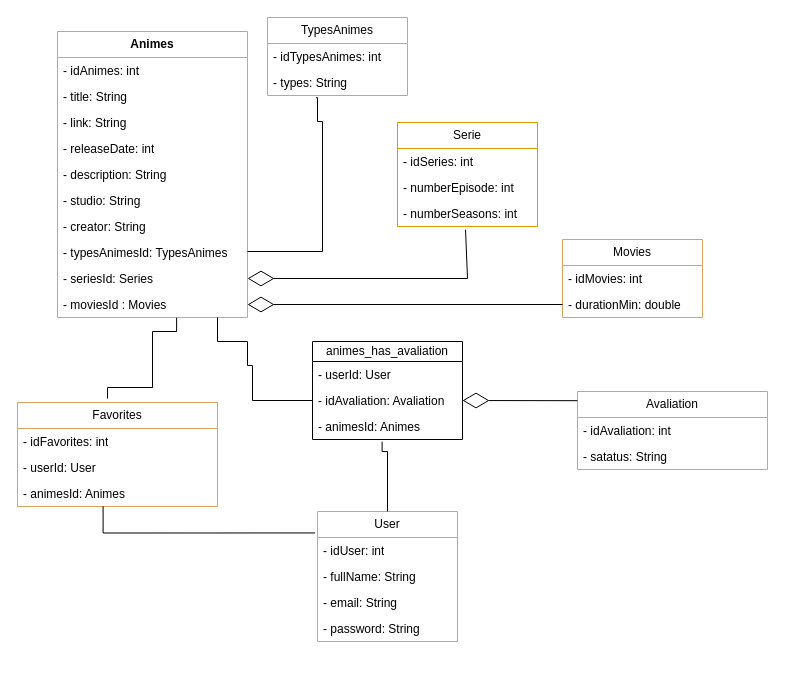
Before: Diagramas/classDiagram.drawio in BeMoreiray/AnimesCut, a draw.io diagram. Source tidied: cells renumbered, new cells numbered last; positions are measured from the earlier drawing's top-left corner, leaving out a move shared by most shapes. Both pictures are drawn from the tidied source at 100%, with x=0, y=0 at pixel (17, 17).
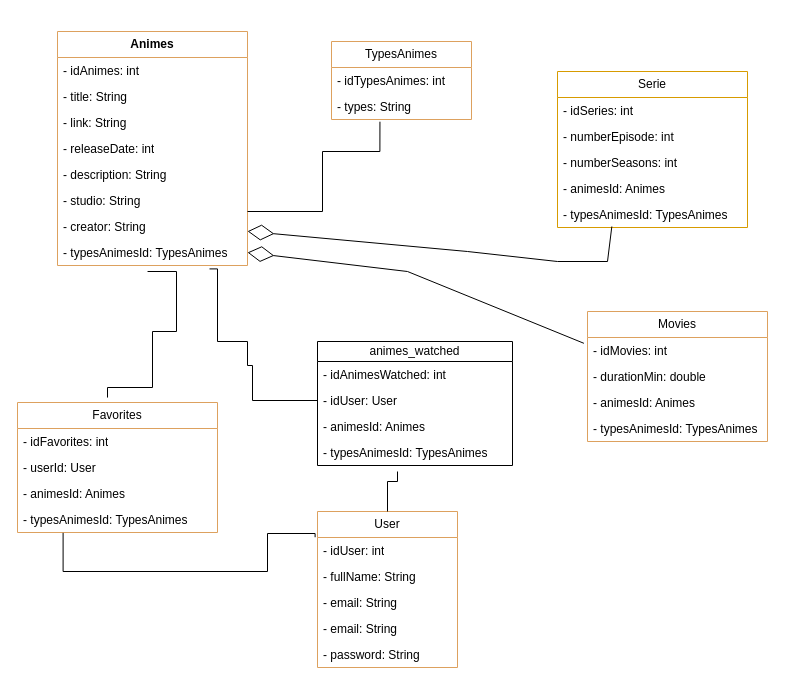
After the change.

The change refers to these unchanged cells:
```xml
<mxCell id="10" value="- typesAnimesId: TypesAnimes" style="text;strokeColor=none;fillColor=none;align=left;verticalAlign=top;spacingLeft=4;spacingRight=4;overflow=hidden;points=[[0,0.5],[1,0.5]];portConstraint=eastwest;whiteSpace=wrap;html=1;labelBackgroundColor=none;fontColor=#000000;" parent="2" vertex="1">
  <mxGeometry y="208" width="190" height="26" as="geometry" />
</mxCell>
<mxCell id="22" value="- types: String" style="text;strokeColor=none;fillColor=none;align=left;verticalAlign=top;spacingLeft=4;spacingRight=4;overflow=hidden;points=[[0,0.5],[1,0.5]];portConstraint=eastwest;whiteSpace=wrap;html=1;fontColor=#000000;labelBackgroundColor=none;" parent="20" vertex="1">
  <mxGeometry y="52" width="140" height="26" as="geometry" />
</mxCell>
<mxCell id="26" value="- animesId: Animes" style="text;strokeColor=none;fillColor=none;align=left;verticalAlign=top;spacingLeft=4;spacingRight=4;overflow=hidden;points=[[0,0.5],[1,0.5]];portConstraint=eastwest;whiteSpace=wrap;html=1;fontColor=#000000;labelBackgroundColor=none;" parent="23" vertex="1">
  <mxGeometry y="78" width="200" height="26" as="geometry" />
</mxCell>
```

What changed in the source:
```diff
@@
     <mxCell id="2" value="Animes" style="swimlane;fontStyle=1;horizontal=1;startSize=26;fillColor=none;whiteSpace=wrap;html=1;labelBackgroundColor=none;strokeColor=#DDA15E;fontColor=#000000;" parent="1" vertex="1">
-      <mxGeometry x="40" y="14" width="190" height="286" as="geometry" />
+      <mxGeometry x="40" y="14" width="190" height="234" as="geometry" />
     </mxCell>
@@
-    <mxCell id="11" value="- seriesId: Series" style="text;strokeColor=none;fillColor=none;align=left;verticalAlign=top;spacingLeft=4;spacingRight=4;overflow=hidden;points=[[0,0.5],[1,0.5]];portConstraint=eastwest;whiteSpace=wrap;html=1;fontColor=#000000;labelBackgroundColor=none;" parent="2" vertex="1">
-      <mxGeometry y="234" width="190" height="26" as="geometry" />
-    </mxCell>
-    <mxCell id="12" value="- moviesId : Movies" style="text;strokeColor=none;fillColor=none;align=left;verticalAlign=top;spacingLeft=4;spacingRight=4;overflow=hidden;points=[[0,0.5],[1,0.5]];portConstraint=eastwest;whiteSpace=wrap;html=1;fontColor=#000000;labelBackgroundColor=none;" parent="2" vertex="1">
-      <mxGeometry y="260" width="190" height="26" as="geometry" />
-    </mxCell>
     <mxCell id="13" value="Serie" style="swimlane;fontStyle=0;horizontal=1;startSize=26;fillColor=none;whiteSpace=wrap;html=1;strokeColor=#d79b00;labelBackgroundColor=none;fontColor=#000000;" parent="1" vertex="1">
-      <mxGeometry x="380" y="105" width="140" height="104" as="geometry" />
+      <mxGeometry x="540" y="54" width="190" height="156" as="geometry" />
     </mxCell>
     <mxCell id="14" value="- idSeries: int" style="text;strokeColor=none;fillColor=none;align=left;verticalAlign=top;spacingLeft=4;spacingRight=4;overflow=hidden;whiteSpace=wrap;html=1;fontColor=#000000;labelBackgroundColor=none;" parent="13" vertex="1">
-      <mxGeometry y="26" width="140" height="26" as="geometry" />
+      <mxGeometry y="26" width="190" height="26" as="geometry" />
     </mxCell>
     <mxCell id="15" value="- numberEpisode: int" style="text;strokeColor=none;fillColor=none;align=left;verticalAlign=top;spacingLeft=4;spacingRight=4;overflow=hidden;whiteSpace=wrap;html=1;fontColor=#000000;labelBackgroundColor=none;" parent="13" vertex="1">
-      <mxGeometry y="52" width="140" height="26" as="geometry" />
+      <mxGeometry y="52" width="190" height="26" as="geometry" />
     </mxCell>
     <mxCell id="16" value="- numberSeasons: int" style="text;strokeColor=none;fillColor=none;align=left;verticalAlign=top;spacingLeft=4;spacingRight=4;overflow=hidden;points=[[0,0.5],[1,0.5]];portConstraint=eastwest;whiteSpace=wrap;html=1;fontColor=#000000;labelBackgroundColor=none;" parent="13" vertex="1">
-      <mxGeometry y="78" width="140" height="26" as="geometry" />
+      <mxGeometry y="78" width="190" height="26" as="geometry" />
     </mxCell>
+    <mxCell id="47" value="- animesId: Animes" style="text;strokeColor=none;fillColor=none;align=left;verticalAlign=top;spacingLeft=4;spacingRight=4;overflow=hidden;whiteSpace=wrap;html=1;fontColor=#000000;labelBackgroundColor=none;" parent="13" vertex="1">
+      <mxGeometry y="104" width="190" height="26" as="geometry" />
+    </mxCell>
+    <mxCell id="48" value="- typesAnimesId: TypesAnimes" style="text;strokeColor=none;fillColor=none;align=left;verticalAlign=top;spacingLeft=4;spacingRight=4;overflow=hidden;points=[[0,0.5],[1,0.5]];portConstraint=eastwest;whiteSpace=wrap;html=1;fontColor=#000000;labelBackgroundColor=none;" parent="13" vertex="1">
+      <mxGeometry y="130" width="190" height="26" as="geometry" />
+    </mxCell>
     <mxCell id="17" value="Movies" style="swimlane;fontStyle=0;horizontal=1;startSize=26;fillColor=none;whiteSpace=wrap;html=1;strokeColor=#DDA15E;fontColor=#000000;labelBackgroundColor=none;" parent="1" vertex="1">
-      <mxGeometry x="545" y="222" width="140" height="78" as="geometry" />
+      <mxGeometry x="570" y="294" width="180" height="130" as="geometry" />
     </mxCell>
     <mxCell id="18" value="- idMovies: int&amp;nbsp;" style="text;strokeColor=none;fillColor=none;align=left;verticalAlign=top;spacingLeft=4;spacingRight=4;overflow=hidden;points=[[0,0.5],[1,0.5]];portConstraint=eastwest;whiteSpace=wrap;html=1;fontColor=#000000;labelBackgroundColor=none;" parent="17" vertex="1">
-      <mxGeometry y="26" width="140" height="26" as="geometry" />
+      <mxGeometry y="26" width="180" height="26" as="geometry" />
     </mxCell>
     <mxCell id="19" value="- durationMin: double" style="text;strokeColor=none;fillColor=none;align=left;verticalAlign=top;spacingLeft=4;spacingRight=4;overflow=hidden;points=[[0,0.5],[1,0.5]];portConstraint=eastwest;whiteSpace=wrap;html=1;fontColor=#000000;labelBackgroundColor=none;" parent="17" vertex="1">
-      <mxGeometry y="52" width="140" height="26" as="geometry" />
+      <mxGeometry y="52" width="180" height="26" as="geometry" />
     </mxCell>
+    <mxCell id="49" value="- animesId: Animes" style="text;strokeColor=none;fillColor=none;align=left;verticalAlign=top;spacingLeft=4;spacingRight=4;overflow=hidden;whiteSpace=wrap;html=1;fontColor=#000000;labelBackgroundColor=none;" parent="17" vertex="1">
+      <mxGeometry y="78" width="180" height="26" as="geometry" />
+    </mxCell>
+    <mxCell id="50" value="- typesAnimesId: TypesAnimes" style="text;strokeColor=none;fillColor=none;align=left;verticalAlign=top;spacingLeft=4;spacingRight=4;overflow=hidden;whiteSpace=wrap;html=1;fontColor=#000000;labelBackgroundColor=none;" parent="17" vertex="1">
+      <mxGeometry y="104" width="180" height="26" as="geometry" />
+    </mxCell>
     <mxCell id="20" value="TypesAnimes" style="swimlane;fontStyle=0;horizontal=1;startSize=26;fillColor=none;whiteSpace=wrap;html=1;strokeColor=#DDA15E;fontColor=#000000;labelBackgroundColor=none;" parent="1" vertex="1">
-      <mxGeometry x="250" width="140" height="78" as="geometry" />
+      <mxGeometry x="314" y="24" width="140" height="78" as="geometry" />
     </mxCell>
@@
     <mxCell id="23" value="Favorites" style="swimlane;fontStyle=0;horizontal=1;startSize=26;fillColor=none;whiteSpace=wrap;html=1;strokeColor=#DDA15E;fontColor=#000000;labelBackgroundColor=none;" parent="1" vertex="1">
-      <mxGeometry y="385" width="200" height="104" as="geometry" />
+      <mxGeometry y="385" width="200" height="130" as="geometry" />
     </mxCell>
@@
+    <mxCell id="51" value="- typesAnimesId: TypesAnimes" style="text;strokeColor=none;fillColor=none;align=left;verticalAlign=top;spacingLeft=4;spacingRight=4;overflow=hidden;points=[[0,0.5],[1,0.5]];portConstraint=eastwest;whiteSpace=wrap;html=1;fontColor=#000000;labelBackgroundColor=none;" parent="23" vertex="1">
+      <mxGeometry y="104" width="200" height="26" as="geometry" />
+    </mxCell>
     <mxCell id="27" value="User" style="swimlane;fontStyle=0;horizontal=1;startSize=26;fillColor=none;whiteSpace=wrap;html=1;strokeColor=#DDA15E;fontColor=#000000;labelBackgroundColor=none;" parent="1" vertex="1">
-      <mxGeometry x="300" y="494" width="140" height="130" as="geometry" />
+      <mxGeometry x="300" y="494" width="140" height="156" as="geometry" />
     </mxCell>
@@
+    <mxCell id="52" value="- email: String" style="text;strokeColor=none;fillColor=none;align=left;verticalAlign=top;spacingLeft=4;spacingRight=4;overflow=hidden;whiteSpace=wrap;html=1;fontColor=#000000;labelBackgroundColor=none;" parent="27" vertex="1">
+      <mxGeometry y="104" width="140" height="26" as="geometry" />
+    </mxCell>
     <mxCell id="31" value="- password: String" style="text;strokeColor=none;fillColor=none;align=left;verticalAlign=top;spacingLeft=4;spacingRight=4;overflow=hidden;whiteSpace=wrap;html=1;fontColor=#000000;labelBackgroundColor=none;" parent="27" vertex="1">
-      <mxGeometry y="104" width="140" height="26" as="geometry" />
+      <mxGeometry y="130" width="140" height="26" as="geometry" />
     </mxCell>
-    <mxCell id="32" value="Avaliation" style="swimlane;fontStyle=0;horizontal=1;startSize=26;fillColor=none;whiteSpace=wrap;html=1;strokeColor=#DDA15E;fontColor=#000000;labelBackgroundColor=none;" parent="1" vertex="1">
-      <mxGeometry x="560" y="374" width="190" height="78" as="geometry" />
-    </mxCell>
-    <mxCell id="33" value="- idAvaliation: int" style="text;strokeColor=none;fillColor=none;align=left;verticalAlign=top;spacingLeft=4;spacingRight=4;overflow=hidden;whiteSpace=wrap;html=1;fontColor=#000000;labelBackgroundColor=none;" parent="32" vertex="1">
-      <mxGeometry y="26" width="190" height="26" as="geometry" />
-    </mxCell>
-    <mxCell id="34" value="- satatus: String" style="text;strokeColor=none;fillColor=none;align=left;verticalAlign=top;spacingLeft=4;spacingRight=4;overflow=hidden;whiteSpace=wrap;html=1;fontColor=#000000;labelBackgroundColor=none;" parent="32" vertex="1">
-      <mxGeometry y="52" width="190" height="26" as="geometry" />
-    </mxCell>
-    <mxCell id="35" value="animes_has_avaliation" style="swimlane;fontStyle=0;horizontal=1;startSize=20;fillColor=none;whiteSpace=wrap;html=1;" parent="1" vertex="1">
-      <mxGeometry x="295" y="324" width="150" height="98" as="geometry" />
+    <mxCell id="35" value="animes_watched" style="swimlane;fontStyle=0;horizontal=1;startSize=20;fillColor=none;whiteSpace=wrap;html=1;" parent="1" vertex="1">
+      <mxGeometry x="300" y="324" width="195" height="124" as="geometry" />
     </mxCell>
-    <mxCell id="36" value="- userId: User" style="text;strokeColor=none;fillColor=none;align=left;verticalAlign=top;spacingLeft=4;spacingRight=4;overflow=hidden;whiteSpace=wrap;html=1;fontColor=#000000;labelBackgroundColor=none;" parent="35" vertex="1">
-      <mxGeometry y="20" width="150" height="26" as="geometry" />
+    <mxCell id="36" value="- idAnimesWatched: int&amp;nbsp;" style="text;strokeColor=none;fillColor=none;align=left;verticalAlign=top;spacingLeft=4;spacingRight=4;overflow=hidden;whiteSpace=wrap;html=1;fontColor=#000000;labelBackgroundColor=none;" parent="35" vertex="1">
+      <mxGeometry y="20" width="195" height="26" as="geometry" />
     </mxCell>
-    <mxCell id="37" value="- idAvaliation: Avaliation" style="text;strokeColor=none;fillColor=none;align=left;verticalAlign=top;spacingLeft=4;spacingRight=4;overflow=hidden;points=[[0,0.5],[1,0.5]];portConstraint=eastwest;whiteSpace=wrap;html=1;fontColor=#000000;labelBackgroundColor=none;" parent="35" vertex="1">
-      <mxGeometry y="46" width="150" height="26" as="geometry" />
+    <mxCell id="37" value="- idUser: User" style="text;strokeColor=none;fillColor=none;align=left;verticalAlign=top;spacingLeft=4;spacingRight=4;overflow=hidden;points=[[0,0.5],[1,0.5]];portConstraint=eastwest;whiteSpace=wrap;html=1;fontColor=#000000;labelBackgroundColor=none;" parent="35" vertex="1">
+      <mxGeometry y="46" width="195" height="26" as="geometry" />
     </mxCell>
     <mxCell id="38" value="- animesId: Animes" style="text;strokeColor=none;fillColor=none;align=left;verticalAlign=top;spacingLeft=4;spacingRight=4;overflow=hidden;points=[[0,0.5],[1,0.5]];portConstraint=eastwest;whiteSpace=wrap;html=1;fontColor=#000000;labelBackgroundColor=none;" parent="35" vertex="1">
-      <mxGeometry y="72" width="150" height="26" as="geometry" />
+      <mxGeometry y="72" width="195" height="26" as="geometry" />
     </mxCell>
+    <mxCell id="53" value="- typesAnimesId: TypesAnimes" style="text;strokeColor=none;fillColor=none;align=left;verticalAlign=top;spacingLeft=4;spacingRight=4;overflow=hidden;whiteSpace=wrap;html=1;fontColor=#000000;labelBackgroundColor=none;" parent="35" vertex="1">
+      <mxGeometry y="98" width="195" height="26" as="geometry" />
+    </mxCell>
-    <mxCell id="39" style="endArrow=none;html=1;edgeStyle=orthogonalEdgeStyle;rounded=0;exitX=0.5;exitY=0;exitDx=0;exitDy=0;entryX=0.464;entryY=1.085;entryDx=0;entryDy=0;entryPerimeter=0;" parent="1" edge="1" source="27" target="38">
+    <mxCell id="39" style="endArrow=none;html=1;edgeStyle=orthogonalEdgeStyle;rounded=0;exitX=0.5;exitY=0;exitDx=0;exitDy=0;" parent="1" edge="1" source="27">
       <mxGeometry relative="1" as="geometry">
+        <mxPoint x="380" y="454" as="targetPoint" />
         <Array as="points">
-          <mxPoint x="370" y="434" />
-          <mxPoint x="365" y="434" />
+          <mxPoint x="370" y="464" />
+          <mxPoint x="380" y="464" />
         </Array>
       </mxGeometry>
     </mxCell>
-    <mxCell id="40" style="endArrow=none;html=1;edgeStyle=orthogonalEdgeStyle;rounded=0;exitX=-0.017;exitY=0.165;exitDx=0;exitDy=0;exitPerimeter=0;entryX=0.428;entryY=0.992;entryDx=0;entryDy=0;entryPerimeter=0;" parent="1" edge="1" source="27" target="26">
+    <mxCell id="40" style="endArrow=none;html=1;edgeStyle=orthogonalEdgeStyle;rounded=0;exitX=-0.017;exitY=0.165;exitDx=0;exitDy=0;exitPerimeter=0;entryX=0.228;entryY=1.015;entryDx=0;entryDy=0;entryPerimeter=0;" parent="1" edge="1" source="27" target="51">
       <mxGeometry relative="1" as="geometry">
         <Array as="points">
-          <mxPoint x="86" y="516" />
+          <mxPoint x="250" y="516" />
+          <mxPoint x="250" y="554" />
+          <mxPoint x="46" y="554" />
         </Array>
       </mxGeometry>
     </mxCell>
-    <mxCell id="41" style="endArrow=none;html=1;edgeStyle=orthogonalEdgeStyle;rounded=0;exitX=0.45;exitY=-0.038;exitDx=0;exitDy=0;entryX=0.627;entryY=1.008;entryDx=0;entryDy=0;entryPerimeter=0;exitPerimeter=0;" parent="1" edge="1" source="23" target="12">
+    <mxCell id="41" style="endArrow=none;html=1;edgeStyle=orthogonalEdgeStyle;rounded=0;exitX=0.45;exitY=-0.038;exitDx=0;exitDy=0;entryX=0.474;entryY=1.231;entryDx=0;entryDy=0;entryPerimeter=0;exitPerimeter=0;" parent="1" edge="1" source="23" target="10">
       <mxGeometry relative="1" as="geometry">
         <Array as="points">
           <mxPoint x="90" y="370" />
           <mxPoint x="135" y="370" />
           <mxPoint x="135" y="314" />
           <mxPoint x="159" y="314" />
+          <mxPoint x="159" y="254" />
         </Array>
       </mxGeometry>
     </mxCell>
-    <mxCell id="42" style="endArrow=none;html=1;edgeStyle=orthogonalEdgeStyle;rounded=0;exitX=0;exitY=0.5;exitDx=0;exitDy=0;" parent="1" edge="1" source="37" target="12">
+    <mxCell id="42" style="endArrow=none;html=1;edgeStyle=orthogonalEdgeStyle;rounded=0;exitX=0;exitY=0.5;exitDx=0;exitDy=0;entryX=0.8;entryY=1.131;entryDx=0;entryDy=0;entryPerimeter=0;" parent="1" edge="1" source="37" target="10">
       <mxGeometry relative="1" as="geometry">
         <Array as="points">
           <mxPoint x="235" y="383" />
           <mxPoint x="235" y="348" />
           <mxPoint x="230" y="348" />
           <mxPoint x="230" y="324" />
           <mxPoint x="200" y="324" />
+          <mxPoint x="200" y="251" />
         </Array>
       </mxGeometry>
     </mxCell>
     <mxCell id="43" style="endArrow=none;html=1;edgeStyle=orthogonalEdgeStyle;rounded=0;entryX=0.346;entryY=1.085;entryDx=0;entryDy=0;entryPerimeter=0;" parent="1" edge="1" target="22">
       <mxGeometry relative="1" as="geometry">
-        <mxPoint x="230" y="234" as="sourcePoint" />
+        <mxPoint x="230" y="194" as="sourcePoint" />
         <Array as="points">
-          <mxPoint x="305" y="234" />
-          <mxPoint x="305" y="104" />
-          <mxPoint x="300" y="104" />
-          <mxPoint x="300" y="80" />
+          <mxPoint x="230" y="194" />
+          <mxPoint x="305" y="194" />
+          <mxPoint x="305" y="134" />
+          <mxPoint x="362" y="134" />
         </Array>
       </mxGeometry>
     </mxCell>
-    <mxCell id="44" style="endArrow=diamondThin;endFill=0;endSize=24;html=1;rounded=0;entryX=1;entryY=0.5;entryDx=0;entryDy=0;exitX=0;exitY=0.5;exitDx=0;exitDy=0;" parent="1" edge="1" source="19" target="12">
-      <mxGeometry relative="1" as="geometry" />
+    <mxCell id="44" style="endArrow=diamondThin;endFill=0;endSize=24;html=1;rounded=0;entryX=1;entryY=0.5;entryDx=0;entryDy=0;exitX=-0.02;exitY=0.223;exitDx=0;exitDy=0;exitPerimeter=0;" parent="1" edge="1" source="18" target="10">
+      <mxGeometry relative="1" as="geometry">
+        <Array as="points">
+          <mxPoint x="390" y="254" />
+        </Array>
+      </mxGeometry>
     </mxCell>
-    <mxCell id="45" style="endArrow=diamondThin;endFill=0;endSize=24;html=1;rounded=0;entryX=1;entryY=0.5;entryDx=0;entryDy=0;exitX=0.486;exitY=1.123;exitDx=0;exitDy=0;exitPerimeter=0;" parent="1" edge="1" source="16" target="11">
+    <mxCell id="45" style="endArrow=diamondThin;endFill=0;endSize=24;html=1;rounded=0;entryX=1;entryY=0.5;entryDx=0;entryDy=0;exitX=0.286;exitY=0.962;exitDx=0;exitDy=0;exitPerimeter=0;" parent="1" edge="1" source="48">
       <mxGeometry relative="1" as="geometry">
+        <mxPoint x="230" y="213.8" as="targetPoint" />
         <Array as="points">
-          <mxPoint x="450" y="261" />
+          <mxPoint x="590" y="244" />
+          <mxPoint x="540" y="244" />
+          <mxPoint x="450" y="234" />
         </Array>
       </mxGeometry>
     </mxCell>
-    <mxCell id="46" style="endArrow=diamondThin;endFill=0;endSize=24;html=1;rounded=0;entryX=1;entryY=0.5;entryDx=0;entryDy=0;exitX=0;exitY=0.118;exitDx=0;exitDy=0;exitPerimeter=0;" parent="1" edge="1" source="32" target="37">
-      <mxGeometry relative="1" as="geometry" />
-    </mxCell>
```
